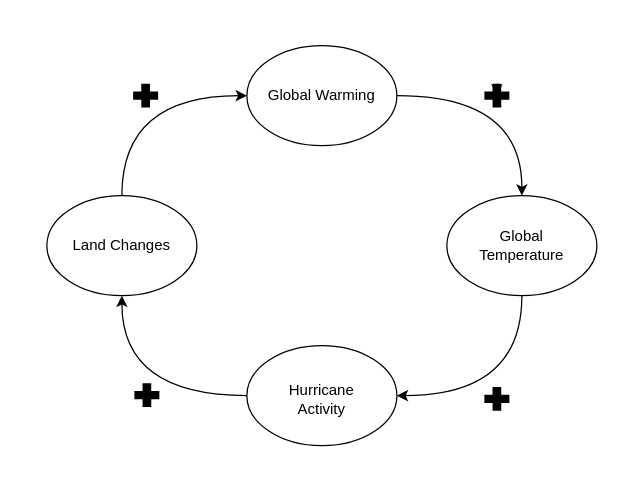
The draw.io diagram cs1.drawio in Jayrou12345/Flowchart, before the edit. Source tidied: cells renumbered, new cells numbered last; positions are measured from the earlier drawing's top-left corner, leaving out a move shared by most shapes. Both pictures are drawn from the tidied source at 125%, with x=0, y=0 at pixel (46, 45).
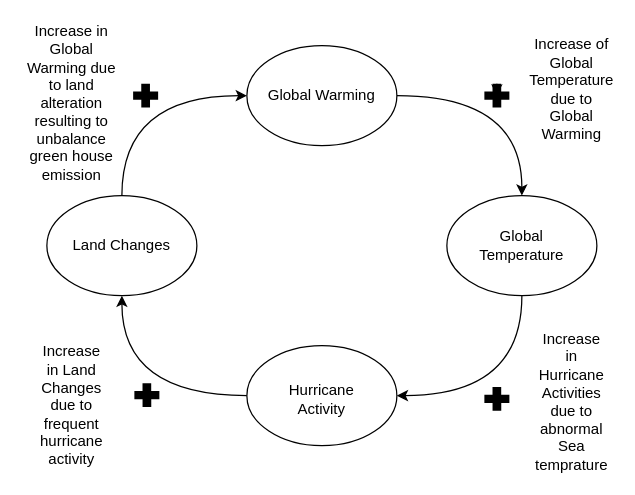
The same page after the edit.

Change to the diagram source:
```diff
@@
+    <mxCell id="19" value="Increase of Global Temperature due to Global Warming" style="text;html=1;strokeColor=none;fillColor=none;align=center;verticalAlign=middle;whiteSpace=wrap;rounded=0;" parent="1" vertex="1">
+      <mxGeometry x="390" y="19.5" width="60" height="30" as="geometry" />
+    </mxCell>
+    <mxCell id="20" value="Increase in Hurricane Activities due to abnormal Sea temprature" style="text;html=1;strokeColor=none;fillColor=none;align=center;verticalAlign=middle;whiteSpace=wrap;rounded=0;" parent="1" vertex="1">
+      <mxGeometry x="390" y="270" width="60" height="30" as="geometry" />
+    </mxCell>
+    <mxCell id="21" value="Increase in Land Changes due to frequent hurricane activity" style="text;html=1;strokeColor=none;fillColor=none;align=center;verticalAlign=middle;whiteSpace=wrap;rounded=0;" parent="1" vertex="1">
+      <mxGeometry x="-10" y="273" width="60" height="30" as="geometry" />
+    </mxCell>
+    <mxCell id="22" value="Increase in Global Warming due to land alteration resulting to unbalance green house emission" style="text;html=1;strokeColor=none;fillColor=none;align=center;verticalAlign=middle;whiteSpace=wrap;rounded=0;" parent="1" vertex="1">
+      <mxGeometry x="-20" y="30.5" width="80" height="30" as="geometry" />
+    </mxCell>
```
